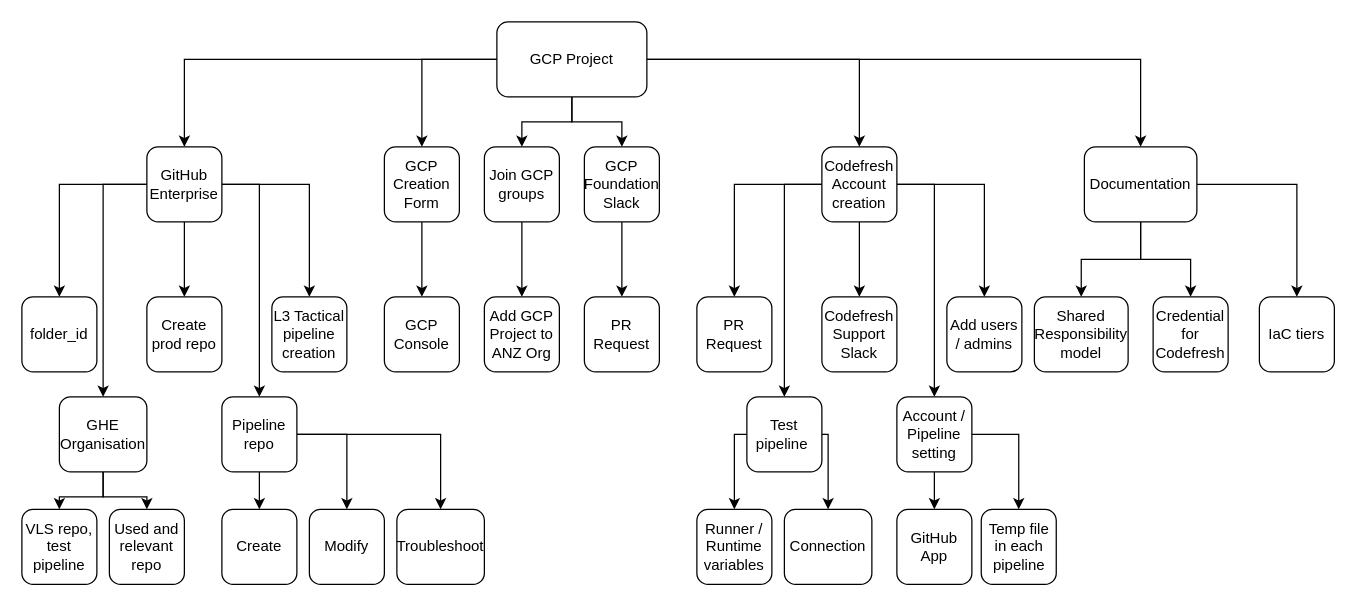
Before: GCP .drawio in curiouscat-me/Dumb-Projects-for-Myself, a draw.io diagram. Source tidied: cells renumbered, new cells numbered last; positions are measured from the earlier drawing's top-left corner, leaving out a move shared by most shapes. Both pictures are drawn from the tidied source at 125%, with x=0, y=0 at pixel (21, 21).
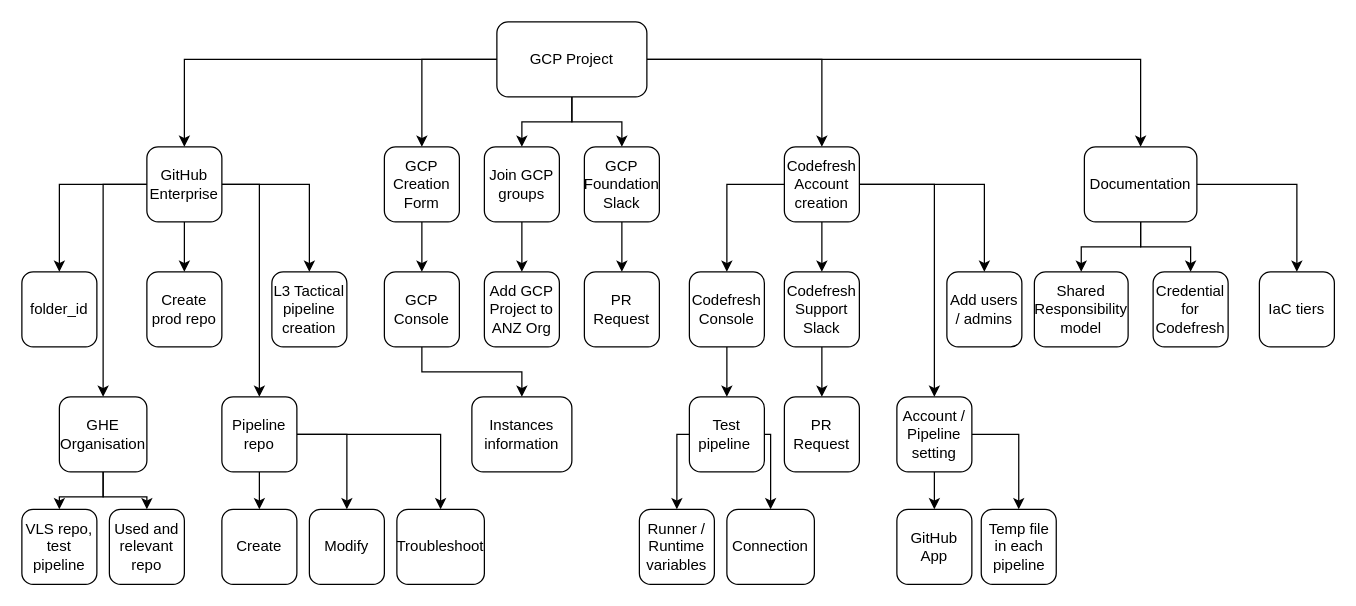
Above is the later version.

The edit, as a diff of the source:
```diff
@@
-    <mxCell id="17" style="edgeStyle=orthogonalEdgeStyle;rounded=0;jettySize=auto;html=1;entryX=0.5;entryY=0;entryDx=0;entryDy=0;" parent="1" edge="1" source="22" target="37">
-      <mxGeometry relative="1" as="geometry" />
-    </mxCell>
@@
-    <mxCell id="20" style="edgeStyle=orthogonalEdgeStyle;rounded=0;jettySize=auto;html=1;" parent="1" edge="1" source="22" target="52">
-      <mxGeometry relative="1" as="geometry">
-        <Array as="points">
-          <mxPoint x="610" y="130" />
-        </Array>
-      </mxGeometry>
-    </mxCell>
@@
+    <mxCell id="65" style="edgeStyle=orthogonalEdgeStyle;rounded=0;jettySize=auto;html=1;entryX=0.5;entryY=0;entryDx=0;entryDy=0;" parent="1" edge="1" source="22" target="70">
+      <mxGeometry relative="1" as="geometry" />
+    </mxCell>
     <mxCell id="22" value="Codefresh Account creation" style="rounded=1;whiteSpace=wrap;html=1;" parent="1" vertex="1">
-      <mxGeometry x="640" y="100" width="60" height="60" as="geometry" />
+      <mxGeometry x="610" y="100" width="60" height="60" as="geometry" />
     </mxCell>
     <mxCell id="23" value="folder_id" style="rounded=1;whiteSpace=wrap;html=1;" parent="1" vertex="1">
-      <mxGeometry y="220" width="60" height="60" as="geometry" />
+      <mxGeometry y="200" width="60" height="60" as="geometry" />
     </mxCell>
     <mxCell id="24" value="Create prod repo" style="rounded=1;whiteSpace=wrap;html=1;" parent="1" vertex="1">
-      <mxGeometry x="100" y="220" width="60" height="60" as="geometry" />
+      <mxGeometry x="100" y="200" width="60" height="60" as="geometry" />
     </mxCell>
@@
     <mxCell id="27" value="PR Request" style="rounded=1;whiteSpace=wrap;html=1;" parent="1" vertex="1">
-      <mxGeometry x="450" y="220" width="60" height="60" as="geometry" />
+      <mxGeometry x="450" y="200" width="60" height="60" as="geometry" />
     </mxCell>
@@
     <mxCell id="34" value="Add users / admins" style="rounded=1;whiteSpace=wrap;html=1;" parent="1" vertex="1">
-      <mxGeometry x="740" y="220" width="60" height="60" as="geometry" />
+      <mxGeometry x="740" y="200" width="60" height="60" as="geometry" />
     </mxCell>
     <mxCell id="35" value="L3 Tactical pipeline creation" style="rounded=1;whiteSpace=wrap;html=1;" parent="1" vertex="1">
-      <mxGeometry x="200" y="220" width="60" height="60" as="geometry" />
+      <mxGeometry x="200" y="200" width="60" height="60" as="geometry" />
     </mxCell>
+    <mxCell id="66" style="edgeStyle=orthogonalEdgeStyle;rounded=0;jettySize=auto;html=1;" parent="1" edge="1" source="36" target="68">
+      <mxGeometry relative="1" as="geometry">
+        <Array as="points">
+          <mxPoint x="320" y="280" />
+          <mxPoint x="400" y="280" />
+        </Array>
+      </mxGeometry>
+    </mxCell>
     <mxCell id="36" value="GCP Console" style="rounded=1;whiteSpace=wrap;html=1;" parent="1" vertex="1">
-      <mxGeometry x="290" y="220" width="60" height="60" as="geometry" />
+      <mxGeometry x="290" y="200" width="60" height="60" as="geometry" />
     </mxCell>
     <mxCell id="37" value="PR Request" style="rounded=1;whiteSpace=wrap;html=1;" parent="1" vertex="1">
-      <mxGeometry x="540" y="220" width="60" height="60" as="geometry" />
+      <mxGeometry x="610" y="300" width="60" height="60" as="geometry" />
     </mxCell>
+    <mxCell id="67" style="edgeStyle=orthogonalEdgeStyle;rounded=0;jettySize=auto;html=1;" parent="1" edge="1" source="38" target="37">
+      <mxGeometry relative="1" as="geometry" />
+    </mxCell>
     <mxCell id="38" value="Codefresh Support Slack" style="rounded=1;whiteSpace=wrap;html=1;" parent="1" vertex="1">
-      <mxGeometry x="640" y="220" width="60" height="60" as="geometry" />
+      <mxGeometry x="610" y="200" width="60" height="60" as="geometry" />
     </mxCell>
@@
     <mxCell id="46" value="IaC tiers" style="rounded=1;whiteSpace=wrap;html=1;" parent="1" vertex="1">
-      <mxGeometry x="990" y="220" width="60" height="60" as="geometry" />
+      <mxGeometry x="990" y="200" width="60" height="60" as="geometry" />
     </mxCell>
     <mxCell id="47" value="Credential for Codefresh" style="rounded=1;whiteSpace=wrap;html=1;" parent="1" vertex="1">
-      <mxGeometry x="905" y="220" width="60" height="60" as="geometry" />
+      <mxGeometry x="905" y="200" width="60" height="60" as="geometry" />
     </mxCell>
     <mxCell id="48" value="Shared Responsibility model" style="rounded=1;whiteSpace=wrap;html=1;" parent="1" vertex="1">
-      <mxGeometry x="810" y="220" width="75" height="60" as="geometry" />
+      <mxGeometry x="810" y="200" width="75" height="60" as="geometry" />
     </mxCell>
     <mxCell id="49" value="Add GCP Project to ANZ Org" style="rounded=1;whiteSpace=wrap;html=1;" parent="1" vertex="1">
-      <mxGeometry x="370" y="220" width="60" height="60" as="geometry" />
+      <mxGeometry x="370" y="200" width="60" height="60" as="geometry" />
     </mxCell>
     <mxCell id="50" style="edgeStyle=orthogonalEdgeStyle;rounded=0;jettySize=auto;html=1;entryX=0.5;entryY=0;entryDx=0;entryDy=0;" parent="1" edge="1" source="52" target="61">
       <mxGeometry relative="1" as="geometry">
         <Array as="points">
-          <mxPoint x="570" y="330" />
+          <mxPoint x="524" y="330" />
         </Array>
       </mxGeometry>
     </mxCell>
     <mxCell id="51" style="edgeStyle=orthogonalEdgeStyle;rounded=0;jettySize=auto;html=1;entryX=0.5;entryY=0;entryDx=0;entryDy=0;" parent="1" edge="1" source="52" target="62">
       <mxGeometry relative="1" as="geometry">
         <Array as="points">
-          <mxPoint x="645" y="330" />
+          <mxPoint x="599" y="330" />
         </Array>
       </mxGeometry>
     </mxCell>
     <mxCell id="52" value="Test pipeline&amp;nbsp;" style="rounded=1;whiteSpace=wrap;html=1;" parent="1" vertex="1">
-      <mxGeometry x="580" y="300" width="60" height="60" as="geometry" />
+      <mxGeometry x="534" y="300" width="60" height="60" as="geometry" />
     </mxCell>
@@
     <mxCell id="61" value="Runner / Runtime variables" style="rounded=1;whiteSpace=wrap;html=1;" parent="1" vertex="1">
-      <mxGeometry x="540" y="390" width="60" height="60" as="geometry" />
+      <mxGeometry x="494" y="390" width="60" height="60" as="geometry" />
     </mxCell>
     <mxCell id="62" value="Connection" style="rounded=1;whiteSpace=wrap;html=1;" parent="1" vertex="1">
-      <mxGeometry x="610" y="390" width="70" height="60" as="geometry" />
+      <mxGeometry x="564" y="390" width="70" height="60" as="geometry" />
     </mxCell>
@@
+    <mxCell id="68" value="Instances information" style="rounded=1;whiteSpace=wrap;html=1;" parent="1" vertex="1">
+      <mxGeometry x="360" y="300" width="80" height="60" as="geometry" />
+    </mxCell>
+    <mxCell id="69" style="edgeStyle=orthogonalEdgeStyle;rounded=0;jettySize=auto;html=1;" parent="1" edge="1" source="70" target="52">
+      <mxGeometry relative="1" as="geometry" />
+    </mxCell>
+    <mxCell id="70" value="Codefresh Console" style="rounded=1;whiteSpace=wrap;html=1;" parent="1" vertex="1">
+      <mxGeometry x="534" y="200" width="60" height="60" as="geometry" />
+    </mxCell>
```
